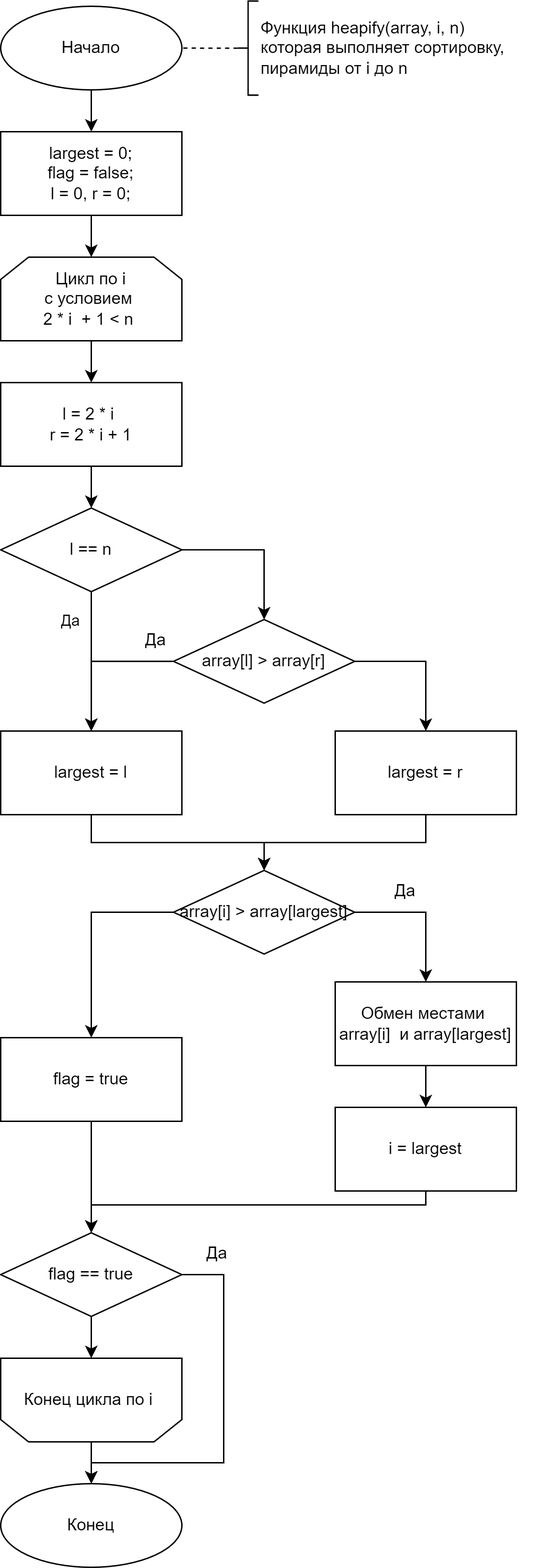
Earlier version of the draw.io export lab_03/docs/img/heap_2.png (Mansurow/bmstu-iu7-5sem-AA). Source tidied: cells renumbered, new cells last; positions are measured from the earlier drawing's top-left corner, leaving out a move shared by most shapes.
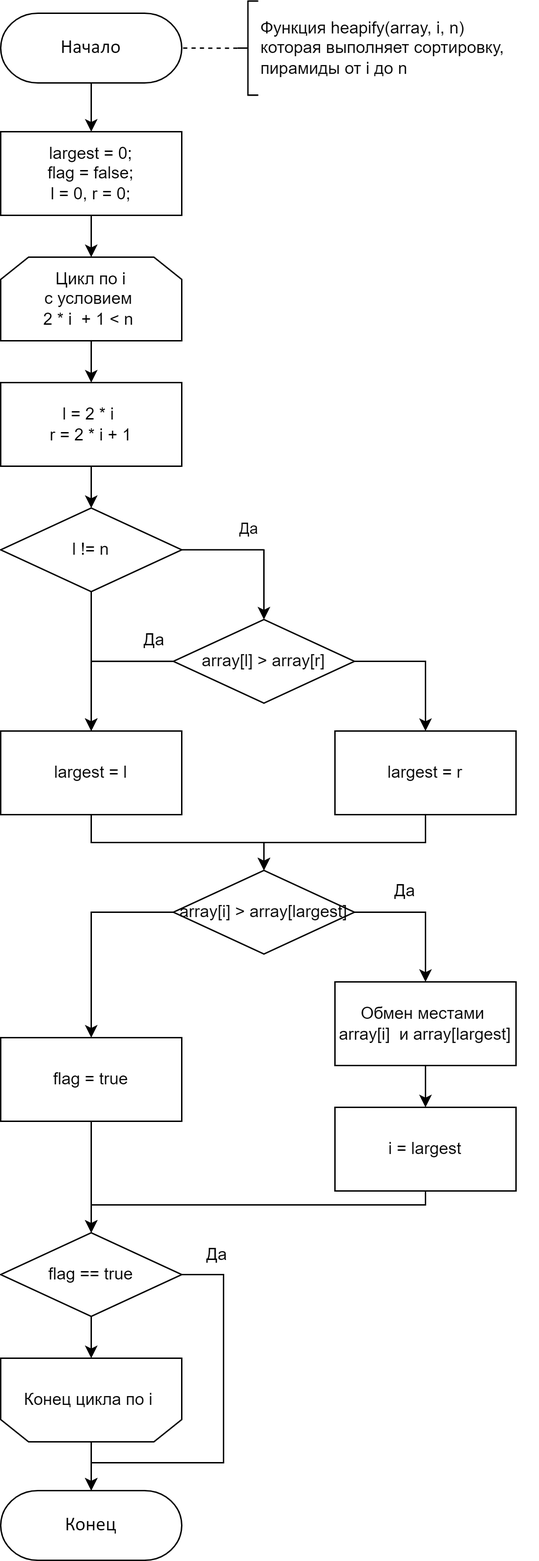
After the commit.

Diff of the diagram source:
```diff
@@ -2,15 +2,9 @@
   <root>
     <mxCell id="0" />
     <mxCell id="1" parent="0" />
-    <mxCell id="2" style="edgeStyle=orthogonalEdgeStyle;rounded=0;jettySize=auto;html=1;exitX=0.5;exitY=1;exitDx=0;exitDy=0;exitPerimeter=0;fontSize=12;" parent="1" edge="1" source="3" target="38">
+    <mxCell id="2" style="edgeStyle=orthogonalEdgeStyle;rounded=0;jettySize=auto;html=1;fontSize=12;" parent="1" edge="1" source="3" target="38">
       <mxGeometry relative="1" as="geometry" />
     </mxCell>
-    <mxCell id="3" value="Начало" style="strokeWidth=1;html=1;shape=mxgraph.flowchart.start_1;whiteSpace=wrap;" parent="1" vertex="1">
-      <mxGeometry y="4" width="130" height="60" as="geometry" />
-    </mxCell>
-    <mxCell id="4" value="Конец" style="strokeWidth=1;html=1;shape=mxgraph.flowchart.start_1;whiteSpace=wrap;" parent="1" vertex="1">
-      <mxGeometry y="1064" width="130" height="60" as="geometry" />
-    </mxCell>
     <mxCell id="5" style="edgeStyle=orthogonalEdgeStyle;rounded=0;jettySize=auto;html=1;exitX=0.5;exitY=1;exitDx=0;exitDy=0;entryX=0.5;entryY=0;entryDx=0;entryDy=0;fontSize=12;" parent="1" edge="1" source="6" target="8">
       <mxGeometry relative="1" as="geometry" />
     </mxCell>
@@ -31,10 +25,10 @@
     </mxCell>
     <mxCell id="11" value="Да" style="edgeLabel;html=1;align=center;verticalAlign=middle;" parent="10" vertex="1">
       <mxGeometry x="-0.59" y="-1" relative="1" as="geometry">
-        <mxPoint x="-14" as="offset" />
+        <mxPoint x="114" y="-66" as="offset" />
       </mxGeometry>
     </mxCell>
-    <mxCell id="12" value="l == n" style="strokeWidth=1;html=1;shape=mxgraph.flowchart.decision;whiteSpace=wrap;rounded=0;fontSize=12;" parent="1" vertex="1">
+    <mxCell id="12" value="l != n" style="strokeWidth=1;html=1;shape=mxgraph.flowchart.decision;whiteSpace=wrap;rounded=0;fontSize=12;" parent="1" vertex="1">
       <mxGeometry y="364" width="130" height="60" as="geometry" />
     </mxCell>
     <mxCell id="13" style="edgeStyle=orthogonalEdgeStyle;rounded=0;jettySize=auto;html=1;exitX=0;exitY=0.5;exitDx=0;exitDy=0;exitPerimeter=0;fontSize=12;" parent="1" edge="1" source="16" target="18">
@@ -98,7 +92,7 @@
     <mxCell id="28" value="Обмен местами&amp;nbsp;&lt;br&gt;array[i]&amp;nbsp; и array[largest]" style="rounded=0;whiteSpace=wrap;html=1;absoluteArcSize=1;arcSize=14;strokeWidth=1;" parent="1" vertex="1">
       <mxGeometry x="240" y="704" width="130" height="60" as="geometry" />
     </mxCell>
-    <mxCell id="29" style="edgeStyle=orthogonalEdgeStyle;rounded=0;jettySize=auto;html=1;exitX=0.5;exitY=1;exitDx=0;exitDy=0;entryX=0.5;entryY=0;entryDx=0;entryDy=0;entryPerimeter=0;fontSize=12;" parent="1" edge="1" source="30" target="4">
+    <mxCell id="29" style="edgeStyle=orthogonalEdgeStyle;rounded=0;jettySize=auto;html=1;exitX=0.5;exitY=1;exitDx=0;exitDy=0;fontSize=12;" parent="1" edge="1" source="30" target="4">
       <mxGeometry relative="1" as="geometry" />
     </mxCell>
     <mxCell id="30" value="Конец цикла по i&amp;nbsp;" style="shape=loopLimit;whiteSpace=wrap;html=1;flipV=1;" parent="1" vertex="1">
@@ -145,5 +139,11 @@
     <mxCell id="41" value="Функция heapify(array, i, n)&lt;br&gt;которая выполняет сортировку,&lt;br&gt;пирамиды от i до n" style="text;html=1;align=left;verticalAlign=middle;strokeColor=none;fillColor=none;fontSize=12;" parent="1" vertex="1">
       <mxGeometry x="185" y="4" width="200" height="60" as="geometry" />
     </mxCell>
+    <mxCell id="3" value="&lt;div style=&quot;&quot;&gt;&lt;font face=&quot;Calibri&quot;&gt;&lt;span style=&quot;font-size: 14px;&quot;&gt;Начало&lt;/span&gt;&lt;/font&gt;&lt;/div&gt;" style="verticalAlign=middle;align=center;vsdxID=1;fillColor=#FFFFFF;gradientColor=none;shape=(stored shape, 240 characters);strokeColor=#000000;spacingTop=-1;spacingBottom=-1;spacingLeft=-1;spacingRight=-1;points=[[0.5,0,0],[0.5,0.5,0],[1,0.5,0]];labelBackgroundColor=none;rounded=0;html=1;whiteSpace=wrap;" parent="1" vertex="1">
+      <mxGeometry y="9" width="130" height="50" as="geometry" />
+    </mxCell>
+    <mxCell id="4" value="&lt;div style=&quot;&quot;&gt;&lt;font face=&quot;Calibri&quot;&gt;&lt;span style=&quot;font-size: 14px;&quot;&gt;Конец&lt;/span&gt;&lt;/font&gt;&lt;/div&gt;" style="verticalAlign=middle;align=center;vsdxID=1;fillColor=#FFFFFF;gradientColor=none;shape=(stored shape, 240 characters);strokeColor=#000000;spacingTop=-1;spacingBottom=-1;spacingLeft=-1;spacingRight=-1;points=[[0.5,0,0],[0.5,0.5,0],[1,0.5,0]];labelBackgroundColor=none;rounded=0;html=1;whiteSpace=wrap;" parent="1" vertex="1">
+      <mxGeometry y="1069" width="130" height="50" as="geometry" />
+    </mxCell>
   </root>
 </mxGraphModel>
```
